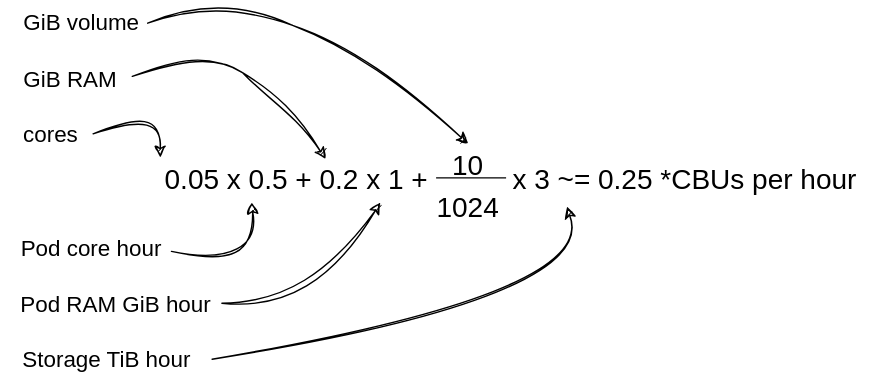
Before: docs/cloud/rahti/images/Rahti1Requests.drawio.svg, a diagram exported from draw.io (CSCfi/csc-user-guide). Source tidied: cells renumbered, new cells last; positions are measured from the earlier drawing's top-left corner, leaving out a move shared by most shapes.
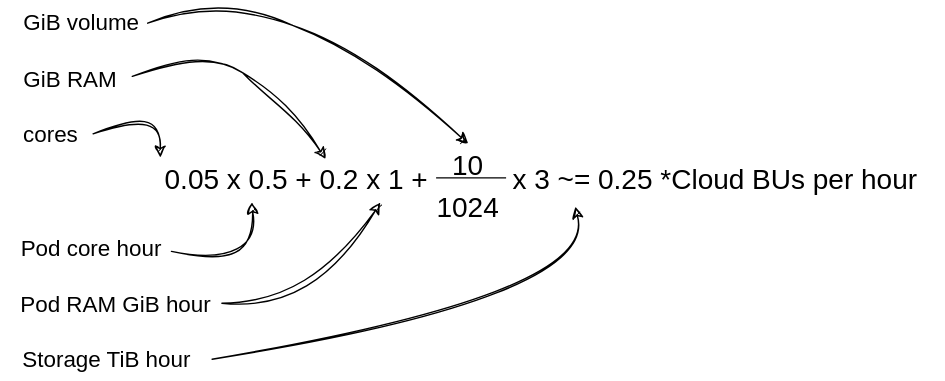
After the change.

Commit message:
Change CBU to Cloud BU

The edit, as a diff of the source:
```diff
@@ -27,8 +27,8 @@
         </Array>
       </mxGeometry>
     </mxCell>
-    <mxCell id="7" value="&lt;div style=&quot;&quot;&gt;&lt;span style=&quot;font-size: 20px; background-color: initial;&quot;&gt;x 3 ~= 0.25 *CBUs per hour&lt;/span&gt;&lt;/div&gt;" style="text;html=1;align=left;verticalAlign=middle;points=[];strokeColor=none;fillColor=none;" parent="1" vertex="1">
-      <mxGeometry x="364" y="114" width="270" height="40" as="geometry" />
+    <mxCell id="7" value="&lt;div style=&quot;&quot;&gt;&lt;span style=&quot;font-size: 20px; background-color: initial;&quot;&gt;x 3 ~= 0.25 *Cloud BUs per hour&lt;/span&gt;&lt;/div&gt;" style="text;html=1;align=left;verticalAlign=middle;points=[];strokeColor=none;fillColor=none;" parent="1" vertex="1">
+      <mxGeometry x="364" y="114" width="310" height="40" as="geometry" />
     </mxCell>
     <mxCell id="8" value="&lt;font style=&quot;font-size: 16px;&quot;&gt;cores&lt;/font&gt;" style="text;html=1;align=center;verticalAlign=middle;whiteSpace=wrap;rounded=0;" parent="1" vertex="1">
       <mxGeometry x="6" y="87" width="60" height="30" as="geometry" />
```
